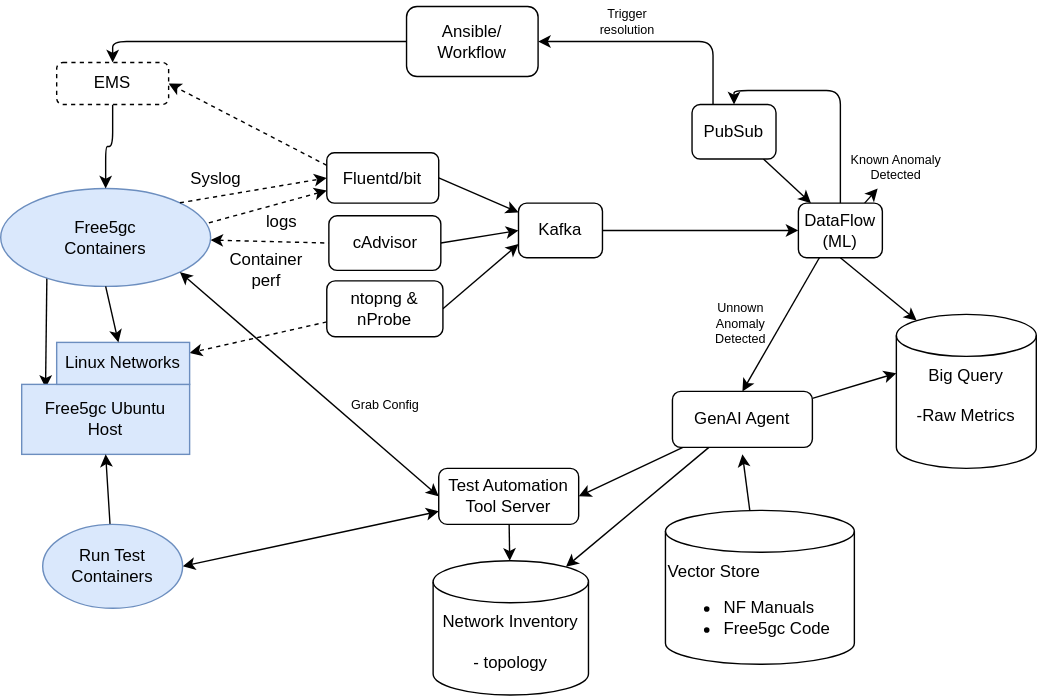
This is docs/architecture/target.drawio.svg from brianpnaughton/free5gc-lab, a draw.io export, as it was before one commit. Source tidied: cells renumbered, new cells last; positions are measured from the earlier drawing's top-left corner, leaving out a move shared by most shapes.
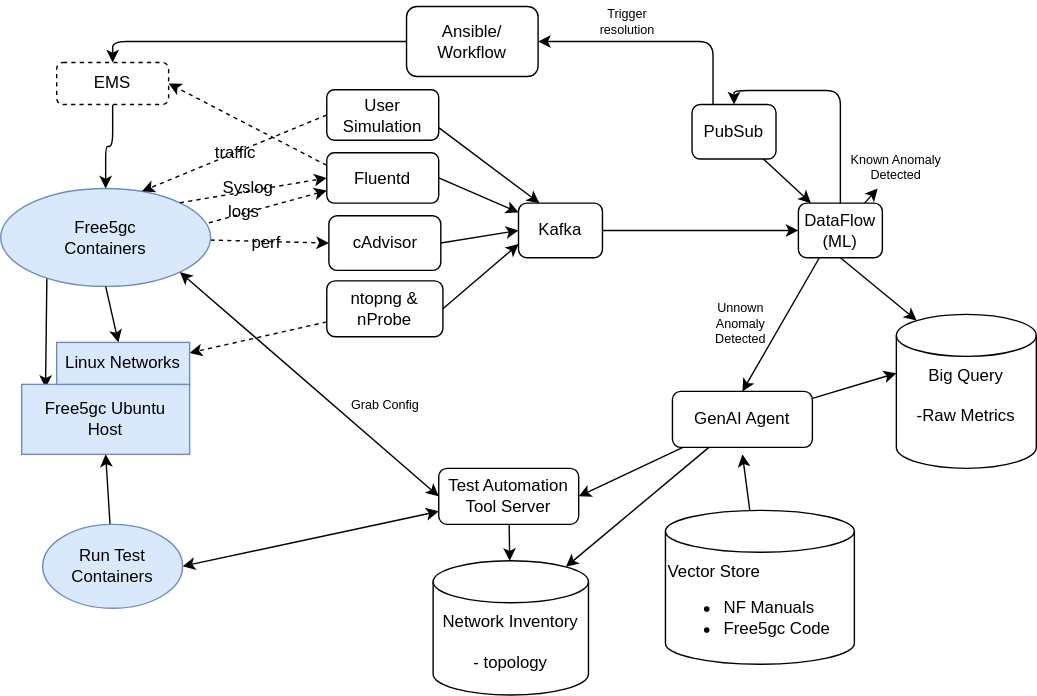
After the change.

What changed in the source:
```diff
@@ -17,7 +17,7 @@
     <mxCell id="6" value="Kafka" style="rounded=1;whiteSpace=wrap;html=1;" parent="1" vertex="1">
       <mxGeometry x="370" y="144.5" width="60" height="39" as="geometry" />
     </mxCell>
-    <mxCell id="7" style="edgeStyle=none;html=1;entryX=0;entryY=0.5;entryDx=0;entryDy=0;dashed=1;endArrow=none;endFill=0;startArrow=classic;startFill=1;" parent="1" edge="1" source="9" target="3">
+    <mxCell id="7" style="edgeStyle=none;html=1;entryX=0;entryY=0.5;entryDx=0;entryDy=0;dashed=1;endArrow=classic;endFill=1;startArrow=none;startFill=0;" parent="1" edge="1" source="9" target="3">
       <mxGeometry relative="1" as="geometry" />
     </mxCell>
     <mxCell id="8" style="edgeStyle=none;html=1;entryX=0.142;entryY=0.05;entryDx=0;entryDy=0;exitX=0.22;exitY=0.893;exitDx=0;exitDy=0;exitPerimeter=0;entryPerimeter=0;" parent="1" edge="1" source="9" target="10">
@@ -56,7 +56,7 @@
     <mxCell id="19" style="edgeStyle=none;html=1;entryX=0;entryY=0.5;entryDx=0;entryDy=0;exitX=1;exitY=0;exitDx=0;exitDy=0;dashed=1;" parent="1" edge="1" source="9" target="20">
       <mxGeometry relative="1" as="geometry" />
     </mxCell>
-    <mxCell id="20" value="Fluentd/bit" style="rounded=1;whiteSpace=wrap;html=1;" parent="1" vertex="1">
+    <mxCell id="20" value="Fluentd" style="rounded=1;whiteSpace=wrap;html=1;" parent="1" vertex="1">
       <mxGeometry x="233" y="108.5" width="80" height="36" as="geometry" />
     </mxCell>
     <mxCell id="21" value="Big Query&lt;br&gt;&lt;span style=&quot;background-color: initial;&quot;&gt;&lt;br&gt;-Raw Metrics&lt;/span&gt;" style="shape=cylinder3;whiteSpace=wrap;html=1;boundedLbl=1;backgroundOutline=1;size=15;verticalAlign=top;" parent="1" vertex="1">
@@ -148,14 +148,26 @@
     <mxCell id="49" value="&lt;div style=&quot;&quot;&gt;&lt;span style=&quot;background-color: initial;&quot;&gt;Network Inventory&lt;/span&gt;&lt;/div&gt;&lt;span style=&quot;background-color: initial;&quot;&gt;&lt;div style=&quot;&quot;&gt;&lt;span style=&quot;background-color: initial;&quot;&gt;&lt;br&gt;&lt;/span&gt;&lt;/div&gt;&lt;div style=&quot;&quot;&gt;&lt;span style=&quot;background-color: initial;&quot;&gt;- topology&lt;/span&gt;&lt;br&gt;&lt;/div&gt;&lt;/span&gt;" style="shape=cylinder3;whiteSpace=wrap;html=1;boundedLbl=1;backgroundOutline=1;size=15;fontSize=12;verticalAlign=top;align=center;" parent="1" vertex="1">
       <mxGeometry x="309" y="400" width="111" height="96" as="geometry" />
     </mxCell>
-    <mxCell id="50" value="Syslog" style="text;html=1;strokeColor=none;fillColor=none;align=center;verticalAlign=middle;whiteSpace=wrap;rounded=0;" parent="1" vertex="1">
-      <mxGeometry x="124" y="112" width="60" height="30" as="geometry" />
+    <mxCell id="50" value="Syslog" style="text;html=1;strokeColor=none;fillColor=none;align=center;verticalAlign=middle;whiteSpace=wrap;rounded=0;dashed=1;" parent="1" vertex="1">
+      <mxGeometry x="147" y="119" width="60" height="30" as="geometry" />
     </mxCell>
     <mxCell id="51" value="logs" style="text;html=1;strokeColor=none;fillColor=none;align=center;verticalAlign=middle;whiteSpace=wrap;rounded=0;" parent="1" vertex="1">
-      <mxGeometry x="171" y="143" width="60" height="30" as="geometry" />
+      <mxGeometry x="144" y="136" width="60" height="30" as="geometry" />
     </mxCell>
-    <mxCell id="52" value="Container perf" style="text;html=1;strokeColor=none;fillColor=none;align=center;verticalAlign=middle;whiteSpace=wrap;rounded=0;" parent="1" vertex="1">
-      <mxGeometry x="160" y="177" width="60" height="30" as="geometry" />
+    <mxCell id="52" value="perf" style="text;html=1;strokeColor=none;fillColor=none;align=center;verticalAlign=middle;whiteSpace=wrap;rounded=0;" parent="1" vertex="1">
+      <mxGeometry x="160" y="158" width="60" height="30" as="geometry" />
     </mxCell>
+    <mxCell id="53" style="edgeStyle=none;html=1;entryX=0.25;entryY=0;entryDx=0;entryDy=0;exitX=1;exitY=0.75;exitDx=0;exitDy=0;" parent="1" edge="1" source="55" target="6">
+      <mxGeometry relative="1" as="geometry" />
+    </mxCell>
+    <mxCell id="54" style="edgeStyle=none;html=1;entryX=0.673;entryY=0.029;entryDx=0;entryDy=0;entryPerimeter=0;dashed=1;exitX=0;exitY=0.5;exitDx=0;exitDy=0;" parent="1" edge="1" source="55" target="9">
+      <mxGeometry relative="1" as="geometry" />
+    </mxCell>
+    <mxCell id="55" value="User Simulation" style="rounded=1;whiteSpace=wrap;html=1;" parent="1" vertex="1">
+      <mxGeometry x="233" y="63.5" width="80" height="36" as="geometry" />
+    </mxCell>
+    <mxCell id="56" value="traffic" style="text;html=1;strokeColor=none;fillColor=none;align=center;verticalAlign=middle;whiteSpace=wrap;rounded=0;" parent="1" vertex="1">
+      <mxGeometry x="138" y="94" width="60" height="30" as="geometry" />
+    </mxCell>
   </root>
 </mxGraphModel>
```
